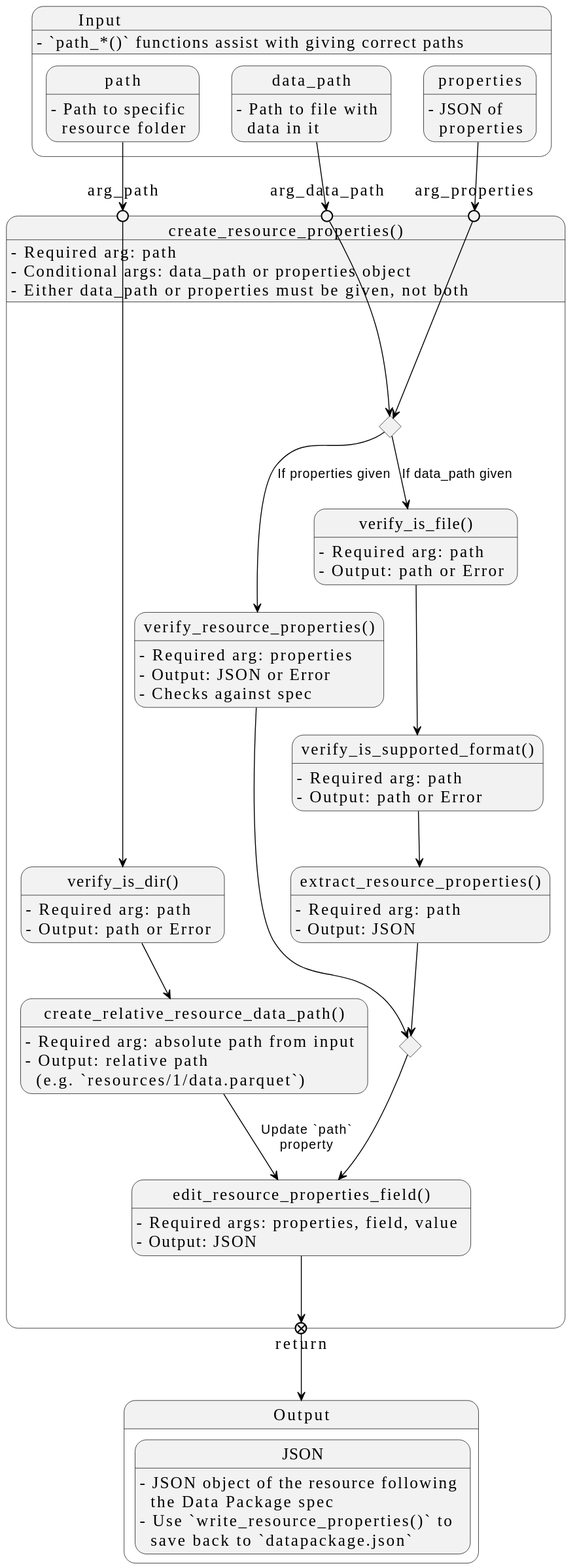
Before: docs/design/images/core-python-functions/create-resource-properties.svg, a diagram exported from PlantUML (seedcase-project/seedcase-sprout).
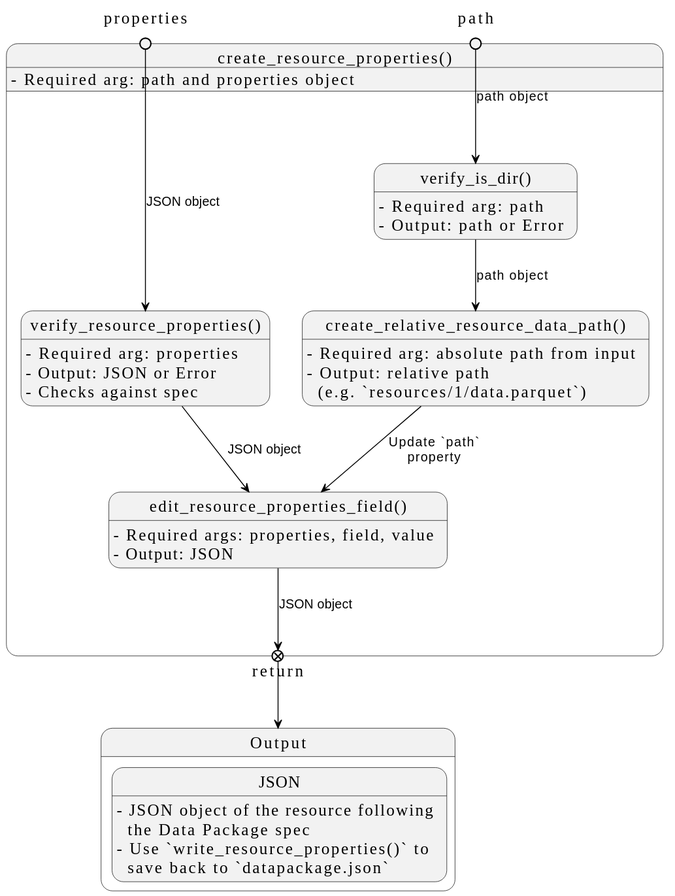
The same file after the commit.

Commit message:
docs: :building_construction: update diagram after moving extraction into its own function

What changed in the source:
```diff
@@ -1,14 +1,5 @@
 @startuml
 !theme seedcase from https://raw.githubusercontent.com/seedcase-project/seedcase-theme/main
-
-state "Input" as input {
-  input : - `path_*()` functions assist with giving correct paths
-  path : - Path to specific\n  resource folder
-  data_path : - Path to file with\n  data in it
-  properties : - JSON of\n  properties
-  path -[hidden]> data_path
-  data_path -[hidden]> properties
-}
 
 state "Output" as output {
   state "JSON" as json_output
@@ -17,66 +8,35 @@
 }
 
 state "create_resource_properties()" as crp {
-  crp : - Required arg: path
-  crp : - Conditional args: data_path or properties object
-  crp : - Either data_path or properties must be given, not both
+  crp : - Required arg: path and properties object
 
-  state arg_path <<entryPoint>>
-  state arg_data_path <<entryPoint>>
-  state arg_properties <<entryPoint>>
-
-  path --> arg_path
-  data_path --> arg_data_path
-  properties --> arg_properties
+  state path <<entryPoint>>
+  state properties <<entryPoint>>
 
   state "verify_is_dir()" as vid
   vid : - Required arg: path
   vid : - Output: path or Error
-  arg_path --> vid
+  path --> vid : path object
 
   state "create_relative_resource_data_path()" as crrdp
   crrdp : - Required arg: absolute path from input
   crrdp : - Output: relative path\n  (e.g. `resources/1/data.parquet`)
-  vid --> crrdp
-
-  state condition_input <<choice>>
-  arg_properties --> condition_input
+  vid --> crrdp : path object
 
   state "verify_resource_properties()" as vrp
   vrp : - Required arg: properties
   vrp : - Output: JSON or Error
   vrp : - Checks against spec
-  condition_input --> vrp : If properties given
-
-  arg_data_path --> condition_input
-
-  state "verify_is_file()" as vif
-  vif : - Required arg: path
-  vif : - Output: path or Error
-  condition_input --> vif : If data_path given
-
-  state "verify_is_supported_format()" as vsf
-  vsf : - Required arg: path
-  vsf : - Output: path or Error
-  vif --> vsf
-
-  state "extract_resource_properties()" as erp
-  erp : - Required arg: path
-  erp : - Output: JSON
-  vsf --> erp
-
-  state condition_output <<choice>>
-  erp --> condition_output
-  vrp --> condition_output
+  properties --> vrp : JSON object
 
   state "edit_resource_properties_field()" as erpf
   erpf : - Required args: properties, field, value
   erpf : - Output: JSON
   crrdp --> erpf : Update `path`\nproperty
-  condition_output --> erpf
+  vrp --> erpf : JSON object
 
   state "return" <<exitPoint>>
-  erpf --> return
+  erpf --> return : JSON object
   return --> output
 }
 @enduml
```
